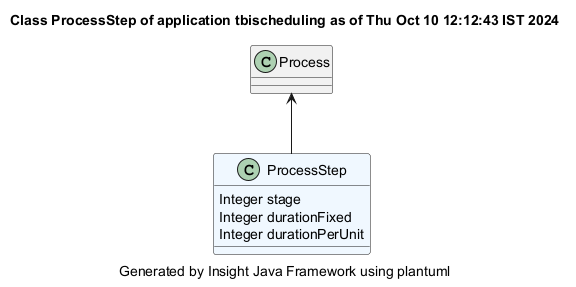
This is demonstrator/tbischeduling/site/plantuml/ProcessStep.png from hsimonis/schedulingtraining, a PlantUML export, as it was before one commit.
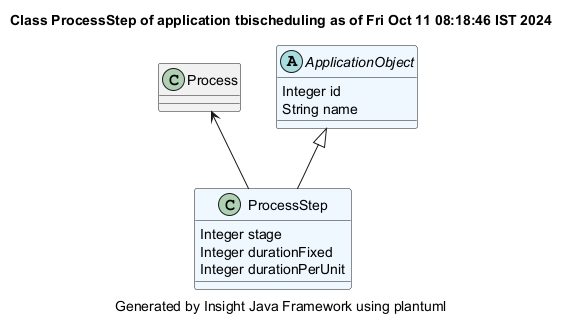
The same file after the commit.

The edit, as a diff of the source:
```diff
@@ -1,5 +1,5 @@
 @startuml
-title Class ProcessStep of application tbischeduling as of Thu Oct 10 12:12:43 IST 2024
+title Class ProcessStep of application tbischeduling as of Fri Oct 11 08:18:46 IST 2024
 caption Generated by Insight Java Framework using plantuml
 class ProcessStep #aliceblue
 ProcessStep : Integer stage
@@ -9,4 +9,9 @@
 Process  <-- ProcessStep
 class Process
 
+abstract ApplicationObject #aliceblue
+ApplicationObject : Integer id
+ApplicationObject : String name
+
+ApplicationObject <|-- ProcessStep
 @enduml
```
